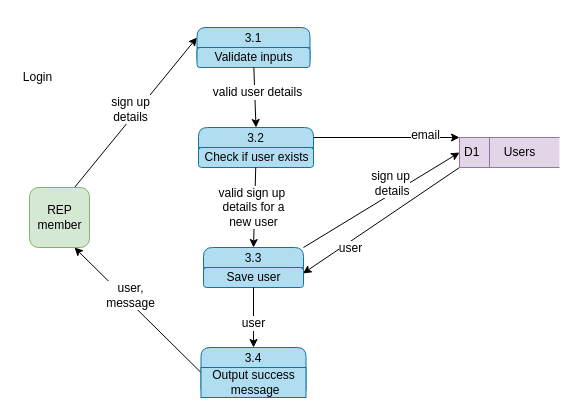
Before: page "DFD L1 - Signup" (4 of 5) of App requirements/dfd qpc.drawio in simonpett/QPC, a draw.io diagram. Source tidied: cells renumbered, new cells numbered last; positions are measured from the earlier drawing's top-left corner, leaving out a move shared by most shapes. Both pictures are drawn from the tidied source at 100%, with x=0, y=0 at pixel (16, 27).
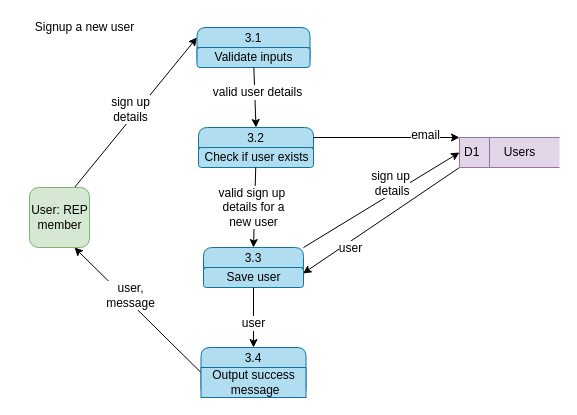
The same diagram, later.

Diff of the diagram source:
```diff
@@
-    <mxCell id="4" value="&lt;font style=&quot;font-size: 12px;&quot;&gt;REP &lt;br style=&quot;font-size: 12px;&quot;&gt;member&lt;/font&gt;" style="html=1;dashed=0;whitespace=wrap;fillColor=#d5e8d4;strokeColor=#82b366;rounded=1;fontSize=12;" parent="1" vertex="1">
+    <mxCell id="4" value="&lt;font style=&quot;font-size: 12px&quot;&gt;User: REP &lt;br style=&quot;font-size: 12px&quot;&gt;member&lt;/font&gt;" style="html=1;dashed=0;whitespace=wrap;fillColor=#d5e8d4;strokeColor=#82b366;rounded=1;fontSize=12;" parent="1" vertex="1">
       <mxGeometry x="13" y="160" width="60" height="60" as="geometry" />
     </mxCell>
@@
-    <mxCell id="9" value="Login" style="text;html=1;align=center;verticalAlign=middle;strokeColor=none;fillColor=none;fontSize=12;" parent="1" vertex="1">
-      <mxGeometry x="0.5" y="40" width="40" height="20" as="geometry" />
+    <mxCell id="9" value="Signup a new user" style="text;html=1;align=center;verticalAlign=middle;strokeColor=none;fillColor=none;fontSize=12;" parent="1" vertex="1">
+      <mxGeometry x="13" y="-10" width="110" height="20" as="geometry" />
     </mxCell>
```
